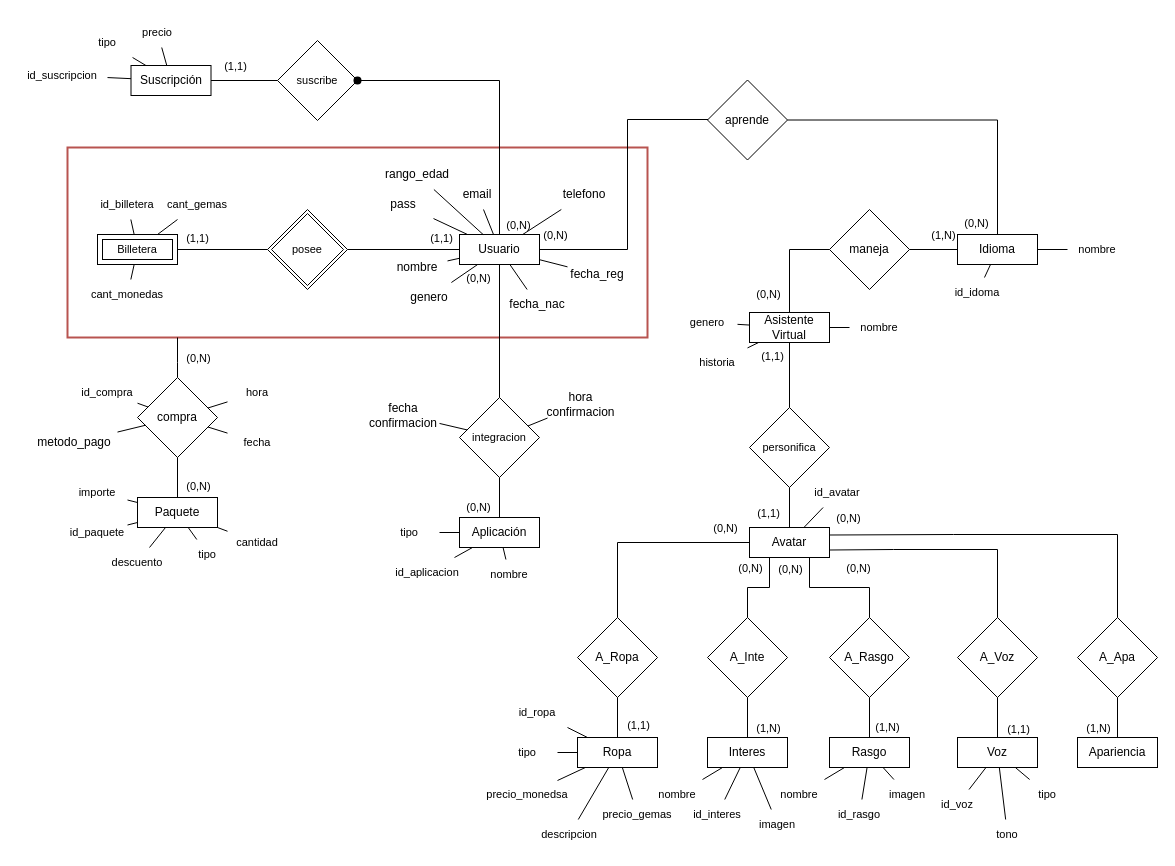
This is MER/MER OBL1.drawio from felipiacenza/BD2, a draw.io file, before an edit. Source tidied: cells renumbered, new cells numbered last; positions are measured from the earlier drawing's top-left corner, leaving out a move shared by most shapes. Both pictures are drawn from the tidied source at 100%, with x=0, y=0 at pixel (17, 17).
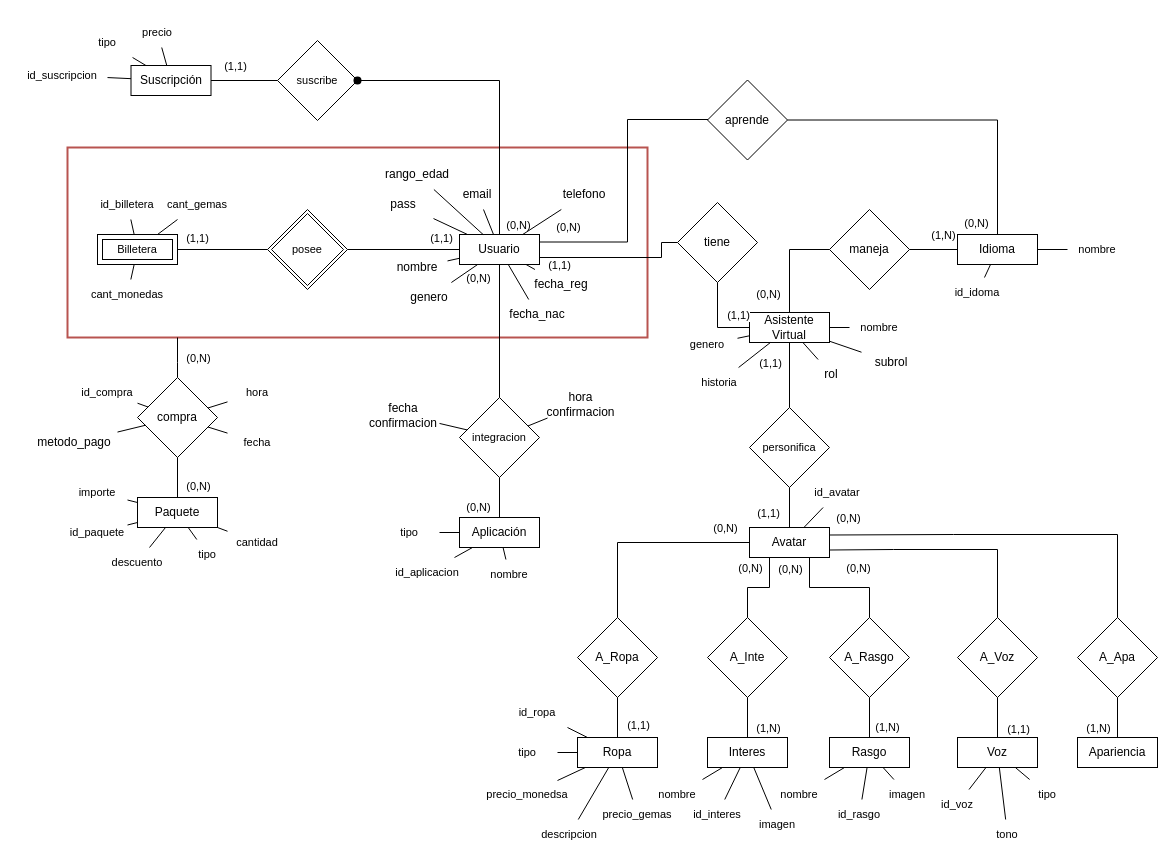
Above is the later version.

Commit message (it also covers changes not shown here):
DDL hecho (se agregó la relación tiene, ver comentarios del commit)

Unchanged cells that the change refers to:
```xml
<mxCell id="5" value="Usuario" style="rounded=0;whiteSpace=wrap;html=1;" parent="1" vertex="1">
  <mxGeometry x="442" y="217" width="80" height="30" as="geometry" />
</mxCell>
<mxCell id="6" value="Asistente Virtual" style="rounded=0;whiteSpace=wrap;html=1;strokeColor=default;align=center;verticalAlign=middle;fontFamily=Helvetica;fontSize=12;fontColor=default;fillColor=default;" parent="1" vertex="1">
  <mxGeometry x="732" y="295" width="80" height="30" as="geometry" />
</mxCell>
<mxCell id="9" value="aprende" style="rhombus;whiteSpace=wrap;html=1;" parent="1" vertex="1">
  <mxGeometry x="690" y="62.5" width="80" height="80" as="geometry" />
</mxCell>
<mxCell id="54" style="edgeStyle=orthogonalEdgeStyle;shape=connector;rounded=0;jettySize=auto;html=1;strokeColor=default;align=center;verticalAlign=middle;fontFamily=Helvetica;fontSize=11;fontColor=default;labelBackgroundColor=default;endArrow=none;endFill=0;" parent="1" edge="1" source="6" target="18">
  <mxGeometry relative="1" as="geometry" />
</mxCell>
```

What changed in the source:
```diff
@@
+    <mxCell id="173" style="edgeStyle=orthogonalEdgeStyle;rounded=0;html=1;startArrow=none;startFill=0;endArrow=none;endFill=0;" parent="1" edge="1" source="5" target="179">
+      <mxGeometry relative="1" as="geometry">
+        <Array as="points">
+          <mxPoint x="644" y="240" />
+          <mxPoint x="644" y="225" />
+        </Array>
+      </mxGeometry>
+    </mxCell>
+    <mxCell id="174" value="(1,1)" style="edgeLabel;html=1;align=center;verticalAlign=middle;" parent="173" vertex="1">
+      <mxGeometry x="-0.77" y="1" relative="1" as="geometry">
+        <mxPoint x="1" y="8" as="offset" />
+      </mxGeometry>
+    </mxCell>
@@
-    <mxCell id="36" style="edgeStyle=orthogonalEdgeStyle;shape=connector;rounded=0;jettySize=auto;html=1;strokeColor=default;align=center;verticalAlign=middle;fontFamily=Helvetica;fontSize=11;fontColor=default;labelBackgroundColor=default;endArrow=none;endFill=0;" parent="1" edge="1" source="5" target="9">
+    <mxCell id="36" style="edgeStyle=orthogonalEdgeStyle;shape=connector;rounded=0;jettySize=auto;html=1;strokeColor=default;align=center;verticalAlign=middle;fontFamily=Helvetica;fontSize=11;fontColor=default;labelBackgroundColor=default;endArrow=none;endFill=0;exitX=1;exitY=0.25;exitDx=0;exitDy=0;" parent="1" edge="1" source="5" target="9">
       <mxGeometry relative="1" as="geometry">
         <Array as="points">
-          <mxPoint x="610" y="232" />
+          <mxPoint x="610" y="225" />
           <mxPoint x="610" y="102" />
         </Array>
       </mxGeometry>
     </mxCell>
     <mxCell id="37" value="(0,N)" style="edgeLabel;html=1;align=center;verticalAlign=middle;fontFamily=Helvetica;fontSize=11;fontColor=default;labelBackgroundColor=default;" parent="36" vertex="1">
       <mxGeometry x="-0.97" relative="1" as="geometry">
-        <mxPoint x="11" y="-15" as="offset" />
+        <mxPoint x="24" y="-15" as="offset" />
       </mxGeometry>
     </mxCell>
@@
     <mxCell id="55" value="(1,1)" style="edgeLabel;html=1;align=center;verticalAlign=middle;" parent="54" vertex="1">
       <mxGeometry x="-0.81" relative="1" as="geometry">
-        <mxPoint x="-18" y="7" as="offset" />
+        <mxPoint x="-20" y="14" as="offset" />
       </mxGeometry>
     </mxCell>
@@
     <mxCell id="88" value="fecha_nac" style="text;html=1;strokeColor=none;fillColor=none;align=center;verticalAlign=middle;whiteSpace=wrap;rounded=0;" parent="1" vertex="1">
-      <mxGeometry x="490" y="272" width="60" height="30" as="geometry" />
+      <mxGeometry x="490" y="282" width="60" height="30" as="geometry" />
     </mxCell>
@@
     <mxCell id="90" value="fecha_reg" style="text;html=1;strokeColor=none;fillColor=none;align=center;verticalAlign=middle;whiteSpace=wrap;rounded=0;" parent="1" vertex="1">
-      <mxGeometry x="550" y="242" width="60" height="30" as="geometry" />
+      <mxGeometry x="514" y="252" width="60" height="30" as="geometry" />
     </mxCell>
@@
     <mxCell id="106" value="genero" style="text;html=1;strokeColor=none;fillColor=none;align=center;verticalAlign=middle;whiteSpace=wrap;rounded=0;fontFamily=Helvetica;fontSize=11;fontColor=default;" parent="1" vertex="1">
-      <mxGeometry x="660" y="290" width="60" height="30" as="geometry" />
+      <mxGeometry x="660" y="312" width="60" height="30" as="geometry" />
     </mxCell>
@@
     <mxCell id="108" value="historia" style="text;html=1;strokeColor=none;fillColor=none;align=center;verticalAlign=middle;whiteSpace=wrap;rounded=0;fontFamily=Helvetica;fontSize=11;fontColor=default;" parent="1" vertex="1">
-      <mxGeometry x="670" y="330" width="60" height="30" as="geometry" />
+      <mxGeometry x="672" y="350" width="60" height="30" as="geometry" />
     </mxCell>
@@
+    <mxCell id="175" style="edgeStyle=none;html=1;endArrow=none;endFill=0;" parent="1" edge="1" source="176" target="6">
+      <mxGeometry relative="1" as="geometry" />
+    </mxCell>
+    <mxCell id="176" value="rol" style="text;html=1;strokeColor=none;fillColor=none;align=center;verticalAlign=middle;whiteSpace=wrap;rounded=0;" parent="1" vertex="1">
+      <mxGeometry x="784" y="342" width="60" height="30" as="geometry" />
+    </mxCell>
+    <mxCell id="177" style="edgeStyle=none;html=1;endArrow=none;endFill=0;" parent="1" edge="1" source="178" target="6">
+      <mxGeometry relative="1" as="geometry" />
+    </mxCell>
+    <mxCell id="178" value="subrol" style="text;html=1;strokeColor=none;fillColor=none;align=center;verticalAlign=middle;whiteSpace=wrap;rounded=0;" parent="1" vertex="1">
+      <mxGeometry x="844" y="330" width="60" height="30" as="geometry" />
+    </mxCell>
+    <mxCell id="179" value="tiene" style="rhombus;whiteSpace=wrap;html=1;" parent="1" vertex="1">
+      <mxGeometry x="660" y="185" width="80" height="80" as="geometry" />
+    </mxCell>
+    <mxCell id="180" style="endArrow=none;html=1;edgeStyle=orthogonalEdgeStyle;endFill=0;startArrow=none;startFill=0;rounded=0;" parent="1" edge="1" source="6" target="179">
+      <mxGeometry relative="1" as="geometry">
+        <Array as="points">
+          <mxPoint x="700" y="310" />
+        </Array>
+      </mxGeometry>
+    </mxCell>
+    <mxCell id="181" value="(1,1)" style="edgeLabel;html=1;align=center;verticalAlign=middle;" parent="180" vertex="1">
+      <mxGeometry x="-0.37" y="-1" relative="1" as="geometry">
+        <mxPoint x="12" y="-12" as="offset" />
+      </mxGeometry>
+    </mxCell>
```
